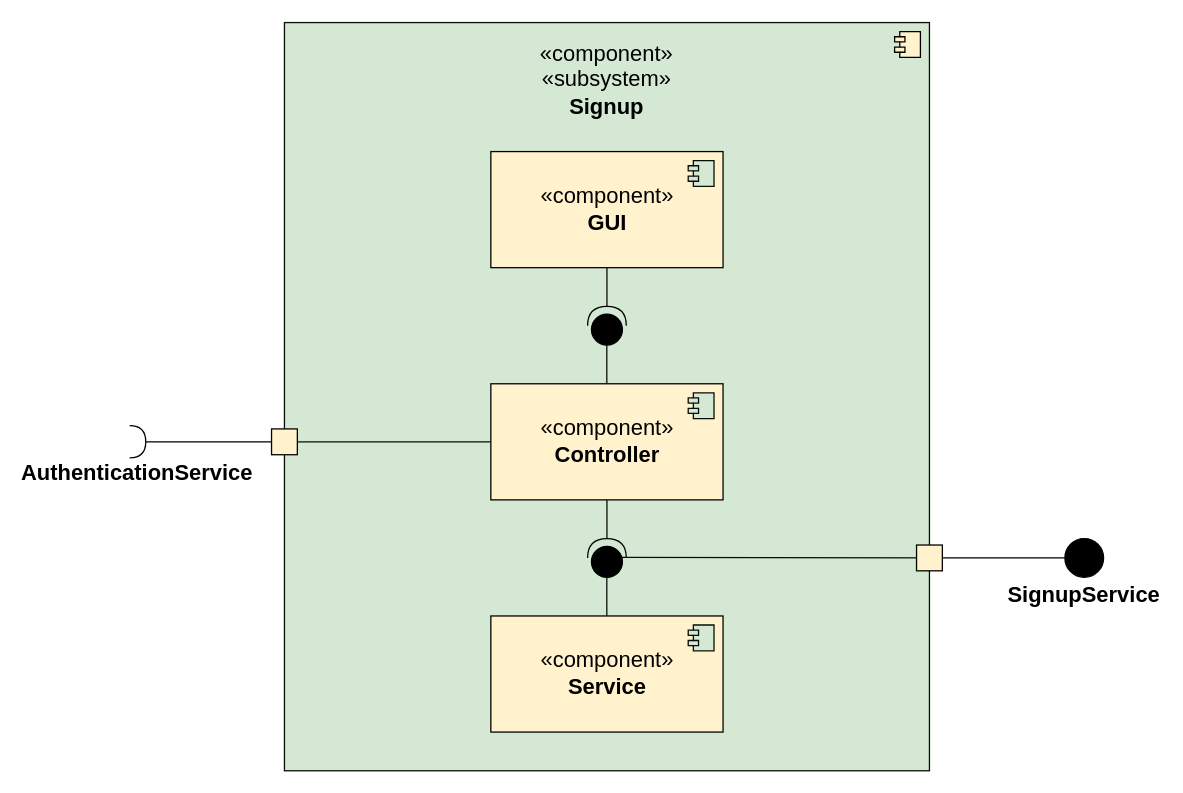
Above: page "Page-2" (2 of 10) of Docs/Architectural Diagram.drawio in BlooDMasK/UniCinema (draw.io), before the change. Source tidied: cells renumbered, new cells numbered last; positions are measured from the earlier drawing's top-left corner, leaving out a move shared by most shapes. Both pictures are drawn from the tidied source at 129%, with x=0, y=0 at pixel (98, 22).
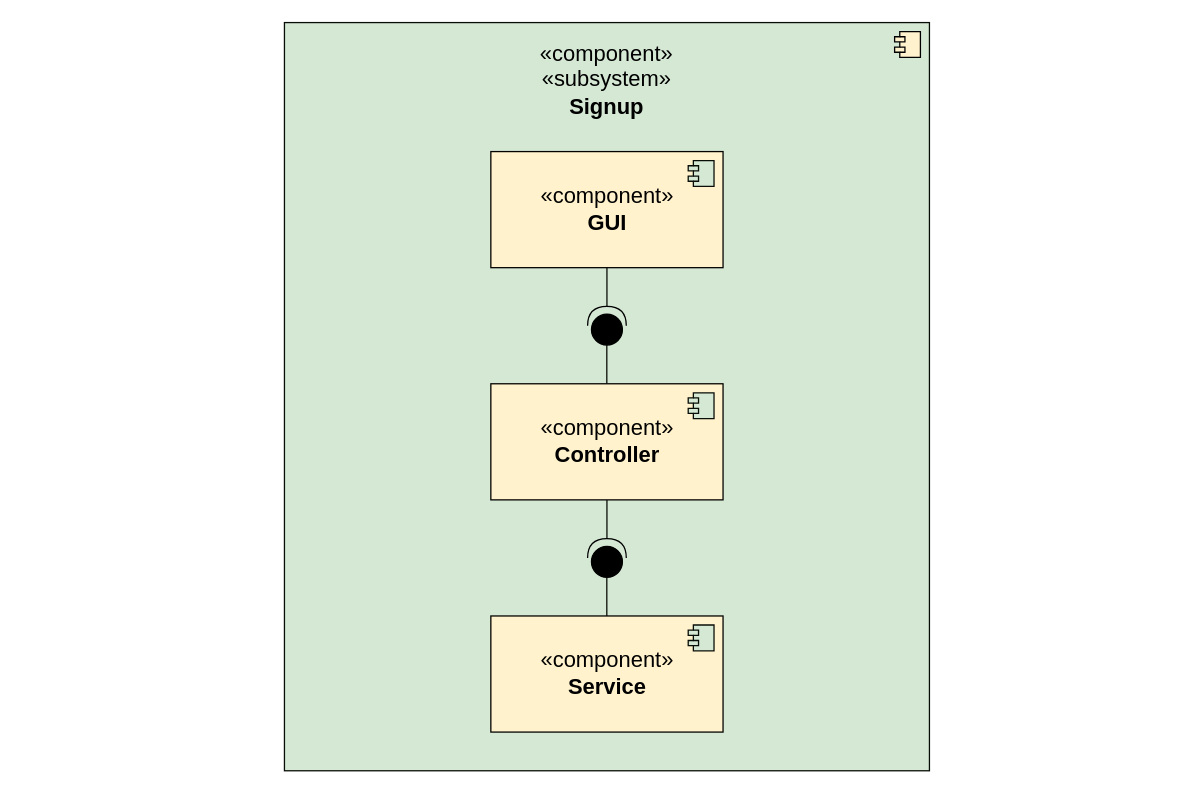
The same page after the edit.

The change refers to these unchanged cells:
```xml
<mxCell id="10" value="«component»&lt;br&gt;&lt;b&gt;Controller&lt;/b&gt;" style="html=1;fontSize=17;strokeColor=#030201;fillColor=#fff2cc;" parent="1" vertex="1">
  <mxGeometry x="304" y="280" width="180" height="90" as="geometry" />
</mxCell>
```

The edit, as a diff of the source:
```diff
@@
-    <mxCell id="17" style="endArrow=none;html=1;rounded=0;fontSize=17;strokeColor=#090D07;entryX=0;entryY=0.5;entryDx=0;entryDy=0;fillColor=#d5e8d4;exitX=1;exitY=0.5;exitDx=0;exitDy=0;" parent="1" edge="1" source="18" target="10">
-      <mxGeometry relative="1" as="geometry" />
-    </mxCell>
-    <mxCell id="18" style="whiteSpace=wrap;html=1;fillColor=#fff2cc;strokeColor=#030201;" parent="1" vertex="1">
-      <mxGeometry x="134" y="315" width="20" height="20" as="geometry" />
-    </mxCell>
-    <mxCell id="19" style="shape=requiredInterface;html=1;verticalLabelPosition=bottom;sketch=0;strokeColor=#030201;" parent="1" vertex="1">
-      <mxGeometry x="24" y="312.5" width="12.5" height="25" as="geometry" />
-    </mxCell>
-    <mxCell id="20" style="endArrow=none;html=1;rounded=0;entryX=0;entryY=0.5;entryDx=0;entryDy=0;exitX=1;exitY=0.5;exitDx=0;exitDy=0;exitPerimeter=0;" parent="1" edge="1" source="19" target="18">
-      <mxGeometry relative="1" as="geometry" />
-    </mxCell>
-    <mxCell id="21" value="&lt;b style=&quot;font-size: 17px;&quot;&gt;AuthenticationService&lt;/b&gt;" style="text;html=1;strokeColor=none;fillColor=none;align=center;verticalAlign=middle;whiteSpace=wrap;rounded=0;fontSize=17;" parent="1" vertex="1">
-      <mxGeometry x="0.2" y="335" width="60" height="30" as="geometry" />
-    </mxCell>
-    <mxCell id="22" style="endArrow=none;html=1;rounded=0;fontSize=17;strokeColor=#090D07;entryX=0.515;entryY=0.883;entryDx=0;entryDy=0;fillColor=#d5e8d4;exitX=1;exitY=0.5;exitDx=0;exitDy=0;entryPerimeter=0;" parent="1" edge="1" source="25">
-      <mxGeometry relative="1" as="geometry">
-        <mxPoint x="405.5" y="414.6" as="targetPoint" />
-      </mxGeometry>
-    </mxCell>
-    <mxCell id="23" style="endArrow=none;html=1;rounded=0;entryX=0;entryY=0.5;entryDx=0;entryDy=0;exitX=1;exitY=0.5;exitDx=0;exitDy=0;exitPerimeter=0;" parent="1" edge="1" target="25">
-      <mxGeometry relative="1" as="geometry">
-        <mxPoint x="749" y="415" as="sourcePoint" />
-      </mxGeometry>
-    </mxCell>
-    <mxCell id="24" value="&lt;b style=&quot;font-size: 17px&quot;&gt;SignupService&lt;/b&gt;" style="text;html=1;strokeColor=none;fillColor=none;align=center;verticalAlign=middle;whiteSpace=wrap;rounded=0;fontSize=17;" parent="1" vertex="1">
-      <mxGeometry x="734" y="430" width="60" height="30" as="geometry" />
-    </mxCell>
-    <mxCell id="25" style="whiteSpace=wrap;html=1;fillColor=#fff2cc;strokeColor=#030201;" parent="1" vertex="1">
-      <mxGeometry x="634" y="405" width="20" height="20" as="geometry" />
-    </mxCell>
-    <mxCell id="26" style="ellipse;whiteSpace=wrap;html=1;fontSize=17;strokeColor=#000000;fillColor=#000000;" parent="1" vertex="1">
-      <mxGeometry x="749" y="400" width="30" height="30" as="geometry" />
-    </mxCell>
```
